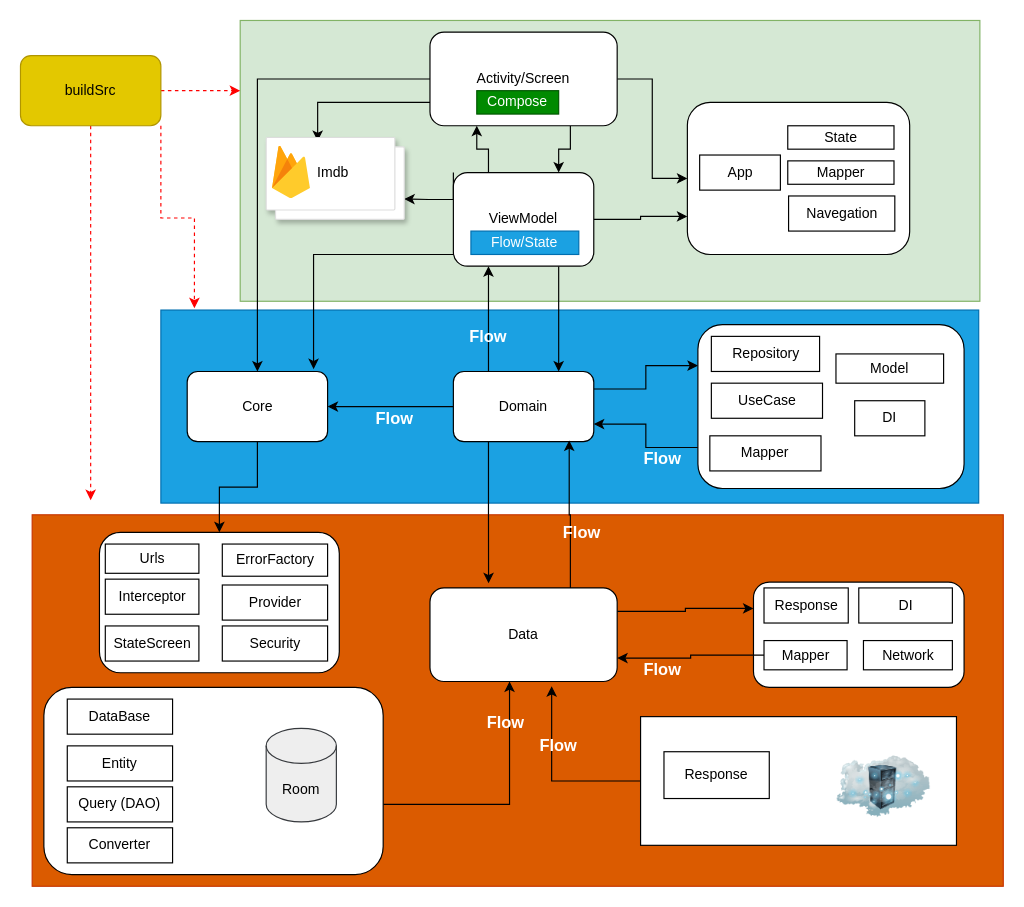
Earlier version of the draw.io diagram Imdb.drawio (rodriCastrillon/imdb). Source tidied: cells renumbered, new cells numbered last; positions are measured from the earlier drawing's top-left corner, leaving out a move shared by most shapes. Both pictures are drawn from the tidied source at 117%, with x=0, y=0 at pixel (20, 20).
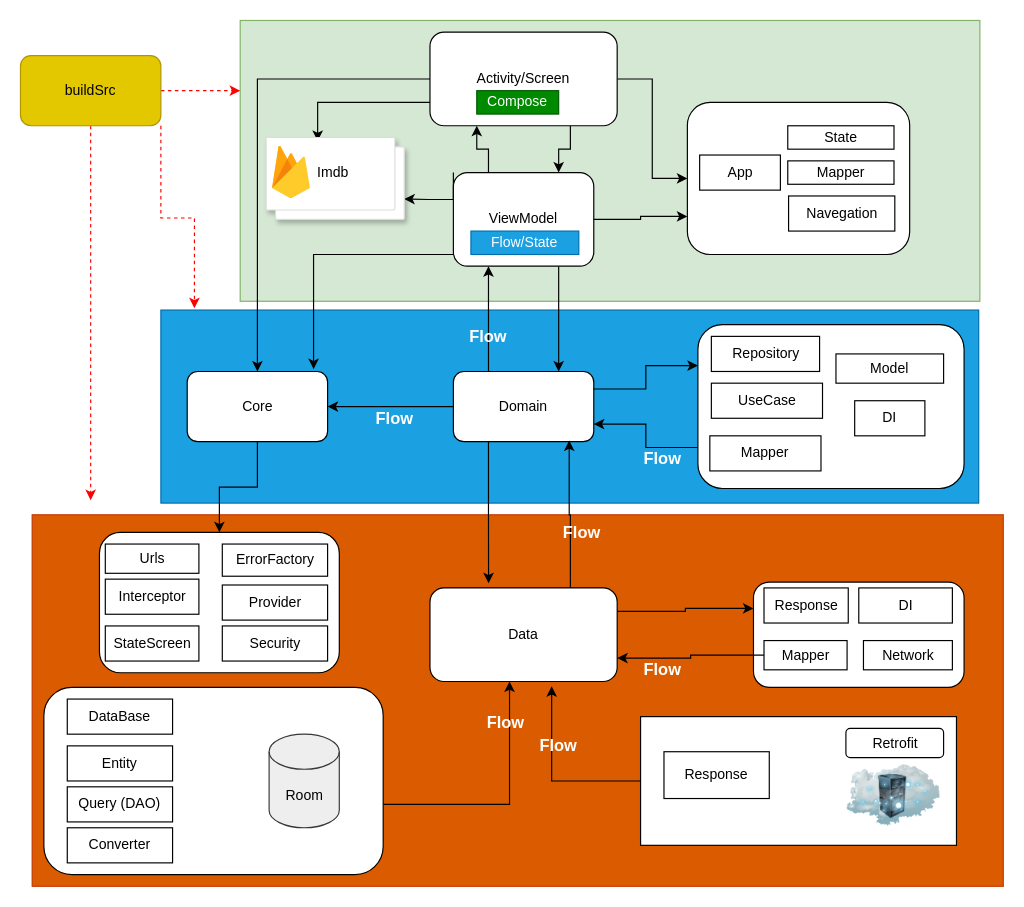
The same diagram, later.

Diff of the diagram source:
```diff
@@
     <mxCell id="36" style="image;html=1;image=img/lib/clip_art/networking/Cloud_Rack_128x128.png;" parent="1" vertex="1">
-      <mxGeometry x="698" y="615" width="80" height="80" as="geometry" />
+      <mxGeometry x="706.5" y="625" width="80" height="75" as="geometry" />
     </mxCell>
     <mxCell id="37" value="Room" style="shape=cylinder3;whiteSpace=wrap;html=1;boundedLbl=1;backgroundOutline=1;size=15;fillColor=#eeeeee;strokeColor=#36393d;" parent="1" vertex="1">
-      <mxGeometry x="210" y="605" width="60" height="80" as="geometry" />
+      <mxGeometry x="212.5" y="610" width="60" height="80" as="geometry" />
     </mxCell>
@@
+    <mxCell id="77" value="Retrofit" style="rounded=1;whiteSpace=wrap;html=1;" parent="1" vertex="1">
+      <mxGeometry x="705.5" y="605" width="83.5" height="25" as="geometry" />
+    </mxCell>
```
